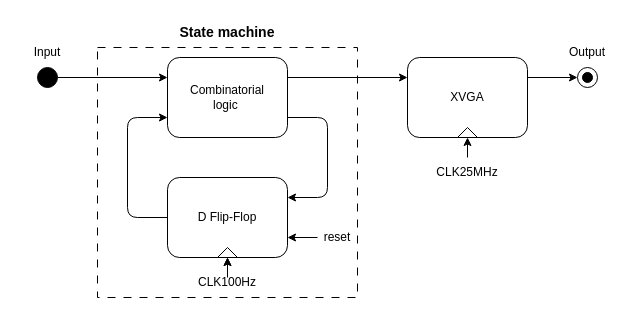
aloysf/Project_Pong_VHDL keeps this draw.io diagram as Main.drawio. Above is the earlier version. Source tidied: cells renumbered, new cells numbered last; positions are measured from the earlier drawing's top-left corner, leaving out a move shared by most shapes. Both pictures are drawn from the tidied source at 100%, with x=0, y=0 at pixel (17, 17).
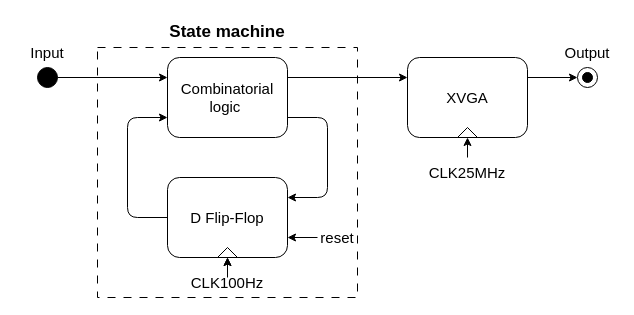
Above is the later version.

Change to the diagram source:
```diff
@@
-    <mxCell id="2" style="rounded=0;whiteSpace=wrap;html=1;dashed=1;dashPattern=8 8;fillColor=none;" parent="1" vertex="1">
+    <mxCell id="2" style="rounded=0;whiteSpace=wrap;html=1;dashed=1;dashPattern=8 8;fillColor=none;fontSize=15;" parent="1" vertex="1">
       <mxGeometry x="80" y="30" width="260" height="250" as="geometry" />
     </mxCell>
-    <mxCell id="3" style="edgeStyle=none;html=1;entryX=0;entryY=0.25;entryDx=0;entryDy=0;" parent="1" edge="1" source="4" target="7">
+    <mxCell id="3" style="edgeStyle=none;html=1;entryX=0;entryY=0.25;entryDx=0;entryDy=0;fontSize=15;" parent="1" edge="1" source="4" target="7">
       <mxGeometry relative="1" as="geometry" />
     </mxCell>
-    <mxCell id="4" style="ellipse;whiteSpace=wrap;html=1;gradientColor=none;fillColor=#000000;" parent="1" vertex="1">
+    <mxCell id="4" style="ellipse;whiteSpace=wrap;html=1;gradientColor=none;fillColor=#000000;fontSize=15;" parent="1" vertex="1">
       <mxGeometry x="20" y="50" width="20" height="20" as="geometry" />
     </mxCell>
-    <mxCell id="5" style="edgeStyle=none;html=1;exitX=1;exitY=0.25;exitDx=0;exitDy=0;entryX=0;entryY=0.25;entryDx=0;entryDy=0;" parent="1" edge="1" source="7" target="10">
+    <mxCell id="5" style="edgeStyle=none;html=1;exitX=1;exitY=0.25;exitDx=0;exitDy=0;entryX=0;entryY=0.25;entryDx=0;entryDy=0;fontSize=15;" parent="1" edge="1" source="7" target="10">
       <mxGeometry relative="1" as="geometry" />
     </mxCell>
-    <mxCell id="6" style="edgeStyle=none;html=1;exitX=1;exitY=0.75;exitDx=0;exitDy=0;entryX=1;entryY=0.25;entryDx=0;entryDy=0;" parent="1" edge="1" target="12">
+    <mxCell id="6" style="edgeStyle=none;html=1;exitX=1;exitY=0.75;exitDx=0;exitDy=0;entryX=1;entryY=0.25;entryDx=0;entryDy=0;fontSize=15;" parent="1" edge="1" target="12">
       <mxGeometry relative="1" as="geometry">
         <mxPoint x="270.1" y="100" as="sourcePoint" />
         <Array as="points">
           <mxPoint x="310" y="100" />
           <mxPoint x="310" y="180" />
         </Array>
       </mxGeometry>
     </mxCell>
-    <mxCell id="7" style="rounded=1;whiteSpace=wrap;html=1;" parent="1" vertex="1">
+    <mxCell id="7" style="rounded=1;whiteSpace=wrap;html=1;fontSize=15;" parent="1" vertex="1">
       <mxGeometry x="150" y="40" width="120" height="80" as="geometry" />
     </mxCell>
-    <mxCell id="8" value="Input" style="text;html=1;align=center;verticalAlign=middle;whiteSpace=wrap;rounded=0;" parent="1" vertex="1">
+    <mxCell id="8" value="Input" style="text;html=1;align=center;verticalAlign=middle;whiteSpace=wrap;rounded=0;fontSize=15;" parent="1" vertex="1">
       <mxGeometry y="20" width="60" height="30" as="geometry" />
     </mxCell>
-    <mxCell id="9" style="edgeStyle=none;html=1;exitX=1;exitY=0.25;exitDx=0;exitDy=0;entryX=0;entryY=0.5;entryDx=0;entryDy=0;entryPerimeter=0;" parent="1" edge="1" source="10" target="20">
+    <mxCell id="9" style="edgeStyle=none;html=1;exitX=1;exitY=0.25;exitDx=0;exitDy=0;entryX=0;entryY=0.5;entryDx=0;entryDy=0;entryPerimeter=0;fontSize=15;" parent="1" edge="1" source="10" target="20">
       <mxGeometry relative="1" as="geometry" />
     </mxCell>
-    <mxCell id="10" style="rounded=1;whiteSpace=wrap;html=1;" parent="1" vertex="1">
+    <mxCell id="10" style="rounded=1;whiteSpace=wrap;html=1;fontSize=15;" parent="1" vertex="1">
       <mxGeometry x="390" y="40" width="120" height="80" as="geometry" />
     </mxCell>
-    <mxCell id="11" style="edgeStyle=none;html=1;entryX=0;entryY=0.75;entryDx=0;entryDy=0;" parent="1" edge="1" source="12" target="7">
+    <mxCell id="11" style="edgeStyle=none;html=1;entryX=0;entryY=0.75;entryDx=0;entryDy=0;fontSize=15;" parent="1" edge="1" source="12" target="7">
       <mxGeometry relative="1" as="geometry">
         <Array as="points">
           <mxPoint x="110" y="200" />
           <mxPoint x="110" y="100" />
         </Array>
       </mxGeometry>
     </mxCell>
-    <mxCell id="12" style="rounded=1;whiteSpace=wrap;html=1;" parent="1" vertex="1">
+    <mxCell id="12" style="rounded=1;whiteSpace=wrap;html=1;fontSize=15;" parent="1" vertex="1">
       <mxGeometry x="150" y="160" width="120" height="80" as="geometry" />
     </mxCell>
-    <mxCell id="13" style="endArrow=classic;html=1;" parent="1" edge="1">
+    <mxCell id="13" style="endArrow=classic;html=1;fontSize=15;" parent="1" edge="1">
       <mxGeometry relative="1" as="geometry">
         <mxPoint x="210" y="260" as="sourcePoint" />
         <mxPoint x="210" y="240" as="targetPoint" />
       </mxGeometry>
     </mxCell>
-    <mxCell id="14" style="triangle;whiteSpace=wrap;html=1;rotation=-90;" parent="1" vertex="1">
+    <mxCell id="14" style="triangle;whiteSpace=wrap;html=1;rotation=-90;fontSize=15;" parent="1" vertex="1">
       <mxGeometry x="205" y="225" width="10" height="20" as="geometry" />
     </mxCell>
-    <mxCell id="15" style="edgeStyle=none;html=1;" parent="1" edge="1" source="16" target="12">
+    <mxCell id="15" style="edgeStyle=none;html=1;fontSize=15;" parent="1" edge="1" source="16" target="12">
       <mxGeometry relative="1" as="geometry" />
     </mxCell>
-    <mxCell id="16" value="CLK100Hz" style="text;html=1;align=center;verticalAlign=middle;whiteSpace=wrap;rounded=0;" parent="1" vertex="1">
+    <mxCell id="16" value="CLK100Hz" style="text;html=1;align=center;verticalAlign=middle;whiteSpace=wrap;rounded=0;fontSize=15;" parent="1" vertex="1">
       <mxGeometry x="180" y="250" width="60" height="30" as="geometry" />
     </mxCell>
-    <mxCell id="17" style="edgeStyle=none;html=1;entryX=0;entryY=0.5;entryDx=0;entryDy=0;" parent="1" edge="1" source="18" target="19">
+    <mxCell id="17" style="edgeStyle=none;html=1;entryX=0;entryY=0.5;entryDx=0;entryDy=0;fontSize=15;" parent="1" edge="1" source="18" target="19">
       <mxGeometry relative="1" as="geometry" />
     </mxCell>
-    <mxCell id="18" value="CLK25MHz" style="text;html=1;align=center;verticalAlign=middle;whiteSpace=wrap;rounded=0;" parent="1" vertex="1">
+    <mxCell id="18" value="CLK25MHz" style="text;html=1;align=center;verticalAlign=middle;whiteSpace=wrap;rounded=0;fontSize=15;" parent="1" vertex="1">
       <mxGeometry x="420" y="140" width="60" height="30" as="geometry" />
     </mxCell>
-    <mxCell id="19" style="triangle;whiteSpace=wrap;html=1;rotation=-90;" parent="1" vertex="1">
+    <mxCell id="19" style="triangle;whiteSpace=wrap;html=1;rotation=-90;fontSize=15;" parent="1" vertex="1">
       <mxGeometry x="445" y="105" width="10" height="20" as="geometry" />
     </mxCell>
-    <mxCell id="20" style="shape=mxgraph.sysml.actFinal;html=1;verticalLabelPosition=bottom;labelBackgroundColor=#ffffff;verticalAlign=top;" parent="1" vertex="1">
+    <mxCell id="20" style="shape=mxgraph.sysml.actFinal;html=1;verticalLabelPosition=bottom;labelBackgroundColor=#ffffff;verticalAlign=top;fontSize=15;" parent="1" vertex="1">
       <mxGeometry x="560" y="50" width="20" height="20" as="geometry" />
     </mxCell>
-    <mxCell id="21" value="Combinatorial&lt;div&gt;logic&amp;nbsp;&lt;/div&gt;" style="text;html=1;align=center;verticalAlign=middle;whiteSpace=wrap;rounded=0;" parent="1" vertex="1">
+    <mxCell id="21" value="Combinatorial&lt;div&gt;logic&amp;nbsp;&lt;/div&gt;" style="text;html=1;align=center;verticalAlign=middle;whiteSpace=wrap;rounded=0;fontSize=15;" parent="1" vertex="1">
       <mxGeometry x="150" y="65" width="120" height="30" as="geometry" />
     </mxCell>
-    <mxCell id="22" value="XVGA" style="text;html=1;align=center;verticalAlign=middle;whiteSpace=wrap;rounded=0;" parent="1" vertex="1">
+    <mxCell id="22" value="XVGA" style="text;html=1;align=center;verticalAlign=middle;whiteSpace=wrap;rounded=0;fontSize=15;" parent="1" vertex="1">
       <mxGeometry x="420" y="65" width="60" height="30" as="geometry" />
     </mxCell>
-    <mxCell id="23" value="Output" style="text;html=1;align=center;verticalAlign=middle;whiteSpace=wrap;rounded=0;" parent="1" vertex="1">
+    <mxCell id="23" value="Output" style="text;html=1;align=center;verticalAlign=middle;whiteSpace=wrap;rounded=0;fontSize=15;" parent="1" vertex="1">
       <mxGeometry x="540" y="20" width="60" height="30" as="geometry" />
     </mxCell>
-    <mxCell id="24" value="State machine" style="text;html=1;align=center;verticalAlign=middle;whiteSpace=wrap;rounded=0;fontStyle=1;fontSize=14;" parent="1" vertex="1">
-      <mxGeometry x="155" width="110" height="30" as="geometry" />
+    <mxCell id="24" value="State machine" style="text;html=1;align=center;verticalAlign=middle;whiteSpace=wrap;rounded=0;fontStyle=1;fontSize=17;" parent="1" vertex="1">
+      <mxGeometry x="80" width="260" height="30" as="geometry" />
     </mxCell>
-    <mxCell id="25" value="D Flip-Flop" style="text;html=1;align=center;verticalAlign=middle;whiteSpace=wrap;rounded=0;" parent="1" vertex="1">
+    <mxCell id="25" value="D Flip-Flop" style="text;html=1;align=center;verticalAlign=middle;whiteSpace=wrap;rounded=0;fontSize=15;" parent="1" vertex="1">
       <mxGeometry x="150" y="185" width="120" height="30" as="geometry" />
     </mxCell>
-    <mxCell id="26" style="edgeStyle=none;html=1;exitX=0;exitY=0.5;exitDx=0;exitDy=0;entryX=1;entryY=0.75;entryDx=0;entryDy=0;" parent="1" edge="1" source="27" target="12">
+    <mxCell id="26" style="edgeStyle=none;html=1;exitX=0;exitY=0.5;exitDx=0;exitDy=0;entryX=1;entryY=0.75;entryDx=0;entryDy=0;fontSize=15;" parent="1" edge="1" source="27" target="12">
       <mxGeometry relative="1" as="geometry" />
     </mxCell>
-    <mxCell id="27" value="reset" style="text;html=1;align=center;verticalAlign=middle;whiteSpace=wrap;rounded=0;" parent="1" vertex="1">
+    <mxCell id="27" value="reset" style="text;html=1;align=center;verticalAlign=middle;whiteSpace=wrap;rounded=0;fontSize=15;" parent="1" vertex="1">
       <mxGeometry x="300" y="200" width="40" height="40" as="geometry" />
     </mxCell>
```
